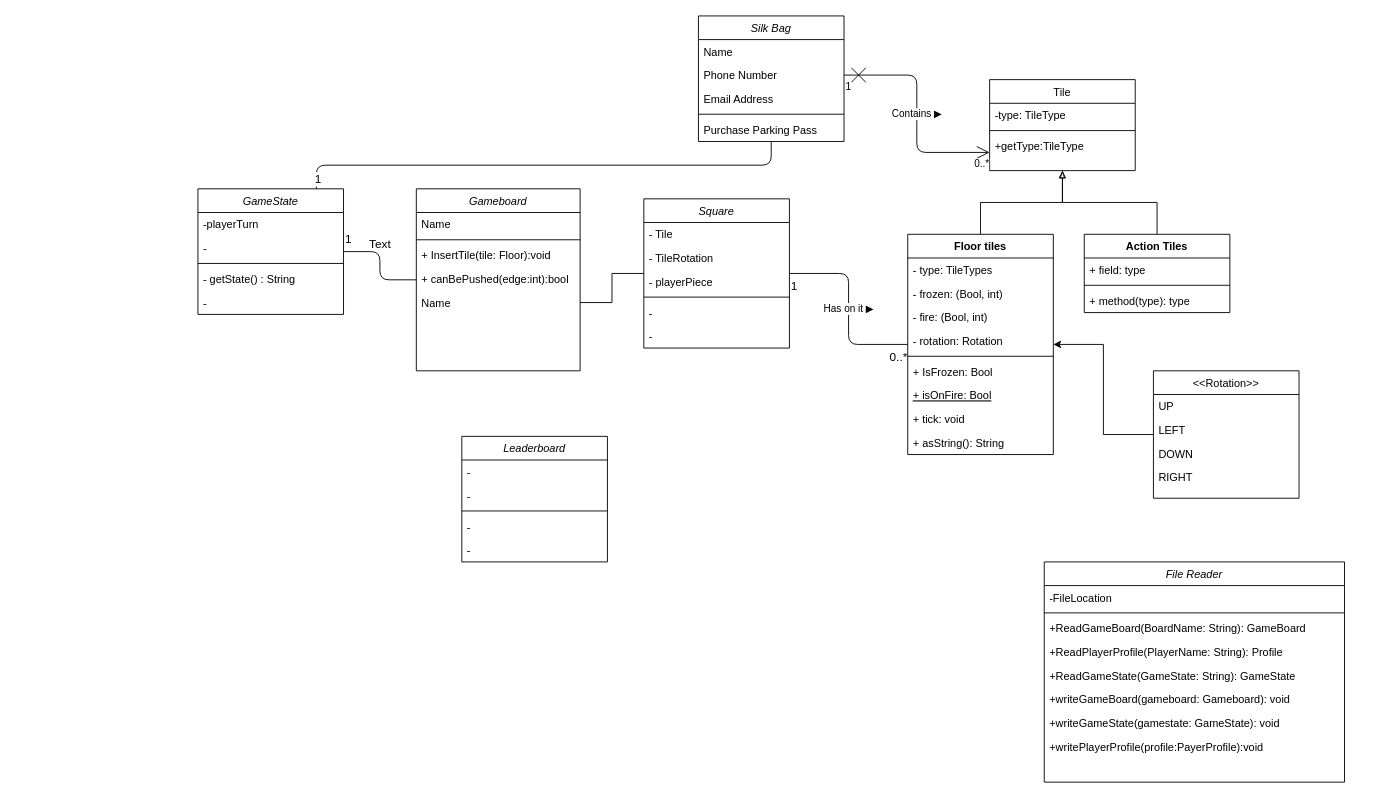
Above: A1 Specification/UML/Classes.drawio in paperclipstudio/Group14 (draw.io), before the change. Source tidied: cells renumbered, new cells numbered last; positions are measured from the earlier drawing's top-left corner, leaving out a move shared by most shapes. Both pictures are drawn from the tidied source at 91%, with x=0, y=0 at pixel (197, 15).
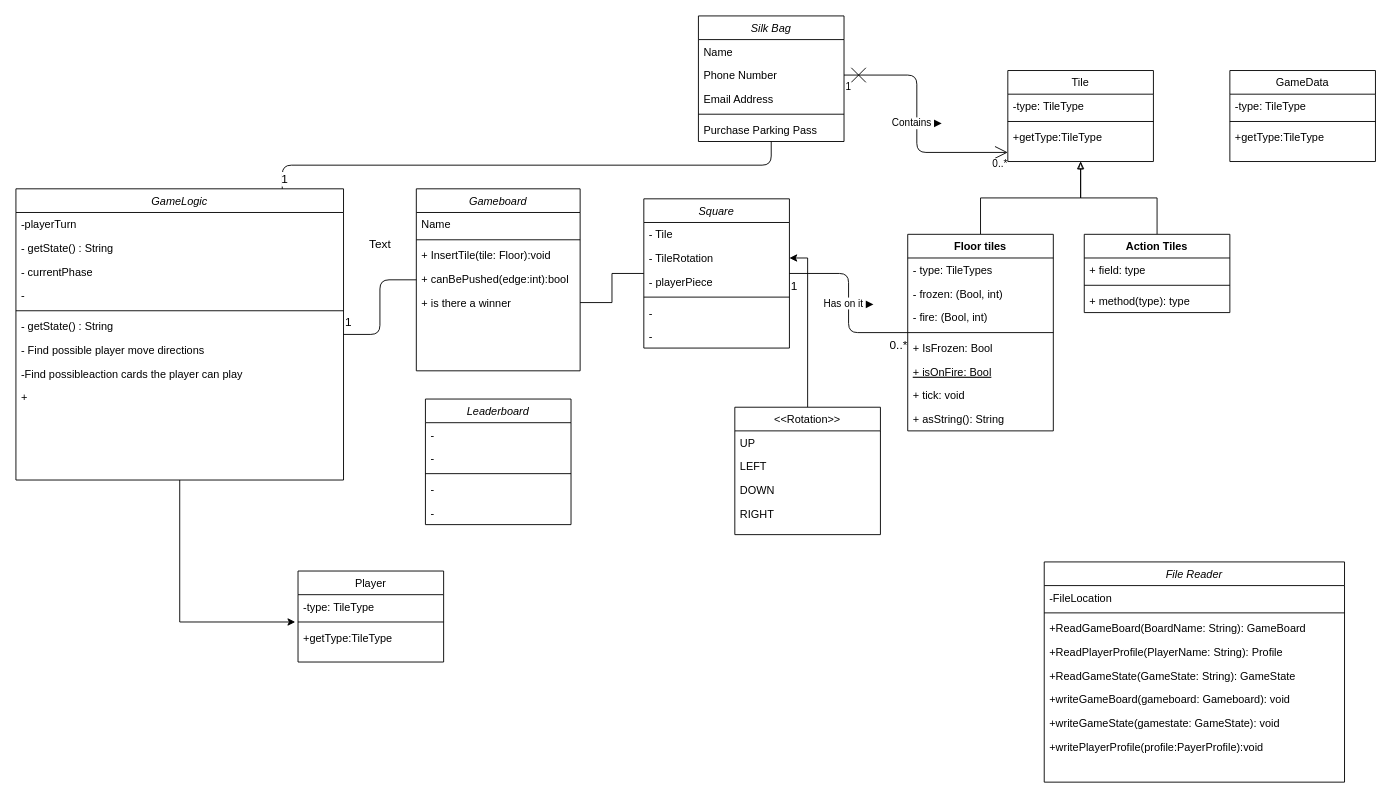
The same page after the edit.

The change refers to these unchanged cells:
```xml
<mxCell id="46" value="Gameboard&#10;" style="swimlane;fontStyle=2;align=center;verticalAlign=top;horizontal=1;startSize=26;rounded=0;shadow=0;strokeWidth=1;" parent="1" vertex="1">
  <mxGeometry x="240" y="190" width="180" height="200" as="geometry" />
</mxCell>
<mxCell id="52" value="Square" style="swimlane;fontStyle=2;align=center;verticalAlign=top;horizontal=1;startSize=26;rounded=0;shadow=0;strokeWidth=1;" parent="1" vertex="1">
  <mxGeometry x="490" y="201" width="160" height="164" as="geometry" />
</mxCell>
<mxCell id="54" value="- TileRotation" style="text;align=left;verticalAlign=top;spacingLeft=4;spacingRight=4;overflow=hidden;points=[[0,0.5],[1,0.5]];portConstraint=eastwest;" parent="52" vertex="1">
  <mxGeometry y="52" width="160" height="26" as="geometry" />
</mxCell>
```

Diff of the diagram source:
```diff
@@
-    <mxCell id="8" value="Tile" style="swimlane;fontStyle=0;align=center;verticalAlign=top;horizontal=1;startSize=26;rounded=0;shadow=0;strokeWidth=1;" parent="1" vertex="1">
-      <mxGeometry x="870" y="70" width="160" height="100" as="geometry" />
-    </mxCell>
-    <mxCell id="9" value="-type: TileType" style="text;align=left;verticalAlign=top;spacingLeft=4;spacingRight=4;overflow=hidden;" parent="8" vertex="1">
-      <mxGeometry y="26" width="160" height="26" as="geometry" />
-    </mxCell>
-    <mxCell id="10" style="line;html=1;strokeWidth=1;align=left;verticalAlign=middle;spacingTop=-1;spacingLeft=3;spacingRight=3;labelPosition=right;" parent="8" vertex="1">
-      <mxGeometry y="52" width="160" height="8" as="geometry" />
-    </mxCell>
-    <mxCell id="11" value="+getType:TileType" style="text;align=left;verticalAlign=top;spacingLeft=4;spacingRight=4;overflow=hidden;" parent="8" vertex="1">
-      <mxGeometry y="60" width="160" height="26" as="geometry" />
-    </mxCell>
@@
-    <mxCell id="14" style="edgeStyle=orthogonalEdgeStyle;rounded=0;jettySize=auto;html=1;" parent="1" edge="1" source="35" target="21">
-      <mxGeometry relative="1" as="geometry" />
+    <mxCell id="14" style="edgeStyle=orthogonalEdgeStyle;rounded=0;jettySize=auto;html=1;" parent="1" edge="1" source="35" target="54">
+      <mxGeometry relative="1" as="geometry">
+        <Array as="points">
+          <mxPoint x="670" y="266" />
+        </Array>
+      </mxGeometry>
     </mxCell>
@@
     <mxCell id="21" value="Floor tiles&#10;" style="swimlane;fontStyle=1;align=center;verticalAlign=top;horizontal=1;startSize=26;" parent="1" vertex="1">
-      <mxGeometry x="780" y="240" width="160" height="242" as="geometry" />
+      <mxGeometry x="780" y="240" width="160" height="216" as="geometry" />
     </mxCell>
@@
-    <mxCell id="25" value="- rotation: Rotation" style="text;strokeColor=none;fillColor=none;align=left;verticalAlign=top;spacingLeft=4;spacingRight=4;overflow=hidden;" parent="21" vertex="1">
-      <mxGeometry y="104" width="160" height="26" as="geometry" />
-    </mxCell>
     <mxCell id="26" style="line;strokeWidth=1;fillColor=none;align=left;verticalAlign=middle;spacingTop=-1;spacingLeft=3;spacingRight=3;labelPosition=right;" parent="21" vertex="1">
-      <mxGeometry y="130" width="160" height="8" as="geometry" />
+      <mxGeometry y="104" width="160" height="8" as="geometry" />
     </mxCell>
     <mxCell id="27" value="+ IsFrozen: Bool&#10;" style="text;strokeColor=none;fillColor=none;align=left;verticalAlign=top;spacingLeft=4;spacingRight=4;overflow=hidden;" parent="21" vertex="1">
-      <mxGeometry y="138" width="160" height="26" as="geometry" />
+      <mxGeometry y="112" width="160" height="26" as="geometry" />
     </mxCell>
     <mxCell id="28" value="+ isOnFire: Bool" style="text;align=left;verticalAlign=top;spacingLeft=4;spacingRight=4;overflow=hidden;fontStyle=4;" parent="21" vertex="1">
-      <mxGeometry y="164" width="160" height="26" as="geometry" />
+      <mxGeometry y="138" width="160" height="26" as="geometry" />
     </mxCell>
     <mxCell id="29" value="+ tick: void" style="text;strokeColor=none;fillColor=none;align=left;verticalAlign=top;spacingLeft=4;spacingRight=4;overflow=hidden;" parent="21" vertex="1">
-      <mxGeometry y="190" width="160" height="26" as="geometry" />
+      <mxGeometry y="164" width="160" height="26" as="geometry" />
     </mxCell>
     <mxCell id="30" value="+ asString(): String" style="text;strokeColor=none;fillColor=none;align=left;verticalAlign=top;spacingLeft=4;spacingRight=4;overflow=hidden;" parent="21" vertex="1">
-      <mxGeometry y="216" width="160" height="26" as="geometry" />
+      <mxGeometry y="190" width="160" height="26" as="geometry" />
     </mxCell>
@@
-    <mxCell id="35" value="&lt;&lt;Rotation&gt;&gt;" style="swimlane;fontStyle=0;align=center;verticalAlign=top;horizontal=1;startSize=26;rounded=0;shadow=0;strokeWidth=1;" parent="1" vertex="1">
-      <mxGeometry x="1050" y="390" width="160" height="140" as="geometry" />
-    </mxCell>
-    <mxCell id="36" value="UP" style="text;align=left;verticalAlign=top;spacingLeft=4;spacingRight=4;overflow=hidden;" parent="35" vertex="1">
-      <mxGeometry y="26" width="160" height="26" as="geometry" />
-    </mxCell>
-    <mxCell id="37" value="LEFT" style="text;strokeColor=none;fillColor=none;align=left;verticalAlign=top;spacingLeft=4;spacingRight=4;overflow=hidden;" parent="35" vertex="1">
-      <mxGeometry y="52" width="160" height="26" as="geometry" />
-    </mxCell>
-    <mxCell id="38" value="DOWN" style="text;strokeColor=none;fillColor=none;align=left;verticalAlign=top;spacingLeft=4;spacingRight=4;overflow=hidden;" parent="35" vertex="1">
-      <mxGeometry y="78" width="160" height="26" as="geometry" />
-    </mxCell>
-    <mxCell id="39" value="RIGHT" style="text;strokeColor=none;fillColor=none;align=left;verticalAlign=top;spacingLeft=4;spacingRight=4;overflow=hidden;" parent="35" vertex="1">
-      <mxGeometry y="104" width="160" height="26" as="geometry" />
-    </mxCell>
+    <mxCell id="78" style="edgeStyle=orthogonalEdgeStyle;rounded=0;jettySize=auto;html=1;entryX=-0.019;entryY=1.154;entryDx=0;entryDy=0;entryPerimeter=0;" parent="1" edge="1" source="40" target="88">
+      <mxGeometry relative="1" as="geometry" />
+    </mxCell>
-    <mxCell id="40" value="GameState" style="swimlane;fontStyle=2;align=center;verticalAlign=top;horizontal=1;startSize=26;rounded=0;shadow=0;strokeWidth=1;" parent="1" vertex="1">
-      <mxGeometry y="190" width="160" height="138" as="geometry" />
+    <mxCell id="40" value="GameLogic" style="swimlane;fontStyle=2;align=center;verticalAlign=top;horizontal=1;startSize=26;rounded=0;shadow=0;strokeWidth=1;" parent="1" vertex="1">
+      <mxGeometry x="-200" y="190" width="360" height="320" as="geometry" />
     </mxCell>
     <mxCell id="41" value="-playerTurn" style="text;align=left;verticalAlign=top;spacingLeft=4;spacingRight=4;overflow=hidden;" parent="40" vertex="1">
-      <mxGeometry y="26" width="160" height="26" as="geometry" />
+      <mxGeometry y="26" width="360" height="26" as="geometry" />
     </mxCell>
+    <mxCell id="79" value="- getState() : String" style="text;align=left;verticalAlign=top;spacingLeft=4;spacingRight=4;overflow=hidden;" parent="40" vertex="1">
+      <mxGeometry y="52" width="360" height="26" as="geometry" />
+    </mxCell>
-    <mxCell id="42" value="-" style="text;align=left;verticalAlign=top;spacingLeft=4;spacingRight=4;overflow=hidden;rounded=0;shadow=0;html=0;" parent="40" vertex="1">
-      <mxGeometry y="52" width="160" height="26" as="geometry" />
+    <mxCell id="42" value="- currentPhase&#10;" style="text;align=left;verticalAlign=top;spacingLeft=4;spacingRight=4;overflow=hidden;rounded=0;shadow=0;html=0;" parent="40" vertex="1">
+      <mxGeometry y="78" width="360" height="26" as="geometry" />
     </mxCell>
+    <mxCell id="80" value="- &#10;&#10;" style="text;align=left;verticalAlign=top;spacingLeft=4;spacingRight=4;overflow=hidden;rounded=0;shadow=0;html=0;" parent="40" vertex="1">
+      <mxGeometry y="104" width="360" height="26" as="geometry" />
+    </mxCell>
     <mxCell id="43" style="line;html=1;strokeWidth=1;align=left;verticalAlign=middle;spacingTop=-1;spacingLeft=3;spacingRight=3;labelPosition=right;" parent="40" vertex="1">
-      <mxGeometry y="78" width="160" height="8" as="geometry" />
+      <mxGeometry y="130" width="360" height="8" as="geometry" />
     </mxCell>
     <mxCell id="44" value="- getState() : String" style="text;align=left;verticalAlign=top;spacingLeft=4;spacingRight=4;overflow=hidden;" parent="40" vertex="1">
-      <mxGeometry y="86" width="160" height="26" as="geometry" />
+      <mxGeometry y="138" width="360" height="26" as="geometry" />
     </mxCell>
-    <mxCell id="45" value="- " style="text;align=left;verticalAlign=top;spacingLeft=4;spacingRight=4;overflow=hidden;rounded=0;shadow=0;html=0;" parent="40" vertex="1">
-      <mxGeometry y="112" width="160" height="26" as="geometry" />
+    <mxCell id="45" value="- Find possible player move directions" style="text;align=left;verticalAlign=top;spacingLeft=4;spacingRight=4;overflow=hidden;rounded=0;shadow=0;html=0;" parent="40" vertex="1">
+      <mxGeometry y="164" width="360" height="26" as="geometry" />
     </mxCell>
+    <mxCell id="81" value="-Find possibleaction cards the player can play" style="text;align=left;verticalAlign=top;spacingLeft=4;spacingRight=4;overflow=hidden;rounded=0;shadow=0;html=0;" parent="40" vertex="1">
+      <mxGeometry y="190" width="360" height="26" as="geometry" />
+    </mxCell>
+    <mxCell id="82" value="+ " style="text;align=left;verticalAlign=top;spacingLeft=4;spacingRight=4;overflow=hidden;rounded=0;shadow=0;html=0;" parent="40" vertex="1">
+      <mxGeometry y="216" width="360" height="26" as="geometry" />
+    </mxCell>
@@
-    <mxCell id="51" value="Name" style="text;align=left;verticalAlign=top;spacingLeft=4;spacingRight=4;overflow=hidden;points=[[0,0.5],[1,0.5]];portConstraint=eastwest;" parent="46" vertex="1">
+    <mxCell id="51" value="+ is there a winner" style="text;align=left;verticalAlign=top;spacingLeft=4;spacingRight=4;overflow=hidden;points=[[0,0.5],[1,0.5]];portConstraint=eastwest;" parent="46" vertex="1">
       <mxGeometry y="112" width="180" height="26" as="geometry" />
     </mxCell>
@@
+    <mxCell id="8" value="Tile" style="swimlane;fontStyle=0;align=center;verticalAlign=top;horizontal=1;startSize=26;rounded=0;shadow=0;strokeWidth=1;" parent="1" vertex="1">
+      <mxGeometry x="890" y="60" width="160" height="100" as="geometry" />
+    </mxCell>
+    <mxCell id="9" value="-type: TileType" style="text;align=left;verticalAlign=top;spacingLeft=4;spacingRight=4;overflow=hidden;" parent="8" vertex="1">
+      <mxGeometry y="26" width="160" height="26" as="geometry" />
+    </mxCell>
+    <mxCell id="10" style="line;html=1;strokeWidth=1;align=left;verticalAlign=middle;spacingTop=-1;spacingLeft=3;spacingRight=3;labelPosition=right;" parent="8" vertex="1">
+      <mxGeometry y="52" width="160" height="8" as="geometry" />
+    </mxCell>
+    <mxCell id="11" value="+getType:TileType" style="text;align=left;verticalAlign=top;spacingLeft=4;spacingRight=4;overflow=hidden;" parent="8" vertex="1">
+      <mxGeometry y="60" width="160" height="26" as="geometry" />
+    </mxCell>
+    <mxCell id="83" value="GameData" style="swimlane;fontStyle=0;align=center;verticalAlign=top;horizontal=1;startSize=26;rounded=0;shadow=0;strokeWidth=1;" parent="1" vertex="1">
+      <mxGeometry x="1134" y="60" width="160" height="100" as="geometry" />
+    </mxCell>
+    <mxCell id="84" value="-type: TileType" style="text;align=left;verticalAlign=top;spacingLeft=4;spacingRight=4;overflow=hidden;" parent="83" vertex="1">
+      <mxGeometry y="26" width="160" height="26" as="geometry" />
+    </mxCell>
+    <mxCell id="85" style="line;html=1;strokeWidth=1;align=left;verticalAlign=middle;spacingTop=-1;spacingLeft=3;spacingRight=3;labelPosition=right;" parent="83" vertex="1">
+      <mxGeometry y="52" width="160" height="8" as="geometry" />
+    </mxCell>
+    <mxCell id="86" value="+getType:TileType" style="text;align=left;verticalAlign=top;spacingLeft=4;spacingRight=4;overflow=hidden;" parent="83" vertex="1">
+      <mxGeometry y="60" width="160" height="26" as="geometry" />
+    </mxCell>
@@
+    <mxCell id="77" style="edgeStyle=orthogonalEdgeStyle;rounded=0;jettySize=auto;html=1;exitX=1;exitY=0.5;exitDx=0;exitDy=0;startArrow=none;startFill=0;endArrow=none;endFill=0;fontSize=13;" parent="1" edge="1" source="51" target="52">
+      <mxGeometry relative="1" as="geometry" />
+    </mxCell>
     <mxCell id="71" value="Leaderboard" style="swimlane;fontStyle=2;align=center;verticalAlign=top;horizontal=1;startSize=26;rounded=0;shadow=0;strokeWidth=1;" parent="1" vertex="1">
-      <mxGeometry x="290" y="462" width="160" height="138" as="geometry" />
+      <mxGeometry x="250" y="421" width="160" height="138" as="geometry" />
     </mxCell>
@@
-    <mxCell id="77" style="edgeStyle=orthogonalEdgeStyle;rounded=0;jettySize=auto;html=1;exitX=1;exitY=0.5;exitDx=0;exitDy=0;startArrow=none;startFill=0;endArrow=none;endFill=0;fontSize=13;" parent="1" edge="1" source="51" target="52">
-      <mxGeometry relative="1" as="geometry" />
-    </mxCell>
+    <mxCell id="35" value="&lt;&lt;Rotation&gt;&gt;" style="swimlane;fontStyle=0;align=center;verticalAlign=top;horizontal=1;startSize=26;rounded=0;shadow=0;strokeWidth=1;" parent="1" vertex="1">
+      <mxGeometry x="590" y="430" width="160" height="140" as="geometry" />
+    </mxCell>
+    <mxCell id="36" value="UP" style="text;align=left;verticalAlign=top;spacingLeft=4;spacingRight=4;overflow=hidden;" parent="35" vertex="1">
+      <mxGeometry y="26" width="160" height="26" as="geometry" />
+    </mxCell>
+    <mxCell id="37" value="LEFT" style="text;strokeColor=none;fillColor=none;align=left;verticalAlign=top;spacingLeft=4;spacingRight=4;overflow=hidden;" parent="35" vertex="1">
+      <mxGeometry y="52" width="160" height="26" as="geometry" />
+    </mxCell>
+    <mxCell id="38" value="DOWN" style="text;strokeColor=none;fillColor=none;align=left;verticalAlign=top;spacingLeft=4;spacingRight=4;overflow=hidden;" parent="35" vertex="1">
+      <mxGeometry y="78" width="160" height="26" as="geometry" />
+    </mxCell>
+    <mxCell id="39" value="RIGHT" style="text;strokeColor=none;fillColor=none;align=left;verticalAlign=top;spacingLeft=4;spacingRight=4;overflow=hidden;" parent="35" vertex="1">
+      <mxGeometry y="104" width="160" height="26" as="geometry" />
+    </mxCell>
+    <mxCell id="87" value="Player" style="swimlane;fontStyle=0;align=center;verticalAlign=top;horizontal=1;startSize=26;rounded=0;shadow=0;strokeWidth=1;" parent="1" vertex="1">
+      <mxGeometry x="110" y="610" width="160" height="100" as="geometry" />
+    </mxCell>
+    <mxCell id="88" value="-type: TileType" style="text;align=left;verticalAlign=top;spacingLeft=4;spacingRight=4;overflow=hidden;points=[[0,0.5],[1,0.5]];portConstraint=eastwest;" parent="87" vertex="1">
+      <mxGeometry y="26" width="160" height="26" as="geometry" />
+    </mxCell>
+    <mxCell id="89" style="line;html=1;strokeWidth=1;align=left;verticalAlign=middle;spacingTop=-1;spacingLeft=3;spacingRight=3;labelPosition=right;" parent="87" vertex="1">
+      <mxGeometry y="52" width="160" height="8" as="geometry" />
+    </mxCell>
+    <mxCell id="90" value="+getType:TileType" style="text;align=left;verticalAlign=top;spacingLeft=4;spacingRight=4;overflow=hidden;" parent="87" vertex="1">
+      <mxGeometry y="60" width="160" height="26" as="geometry" />
+    </mxCell>
```
